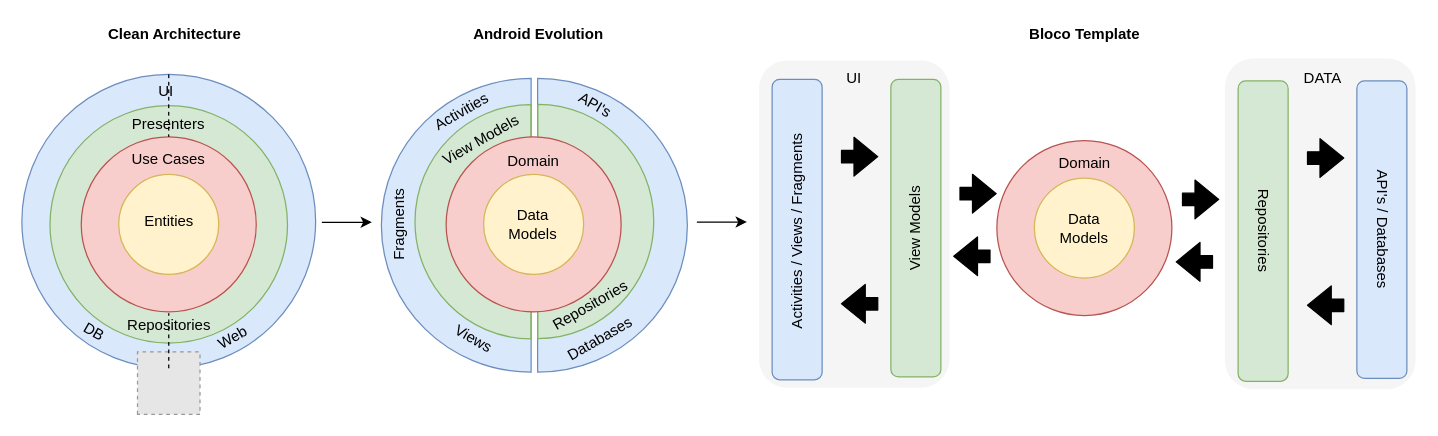
Above: images/AndroidTemplate-CleanArchitecture.drawio in blocoio/android-template (draw.io), before the change. Source tidied: cells renumbered, new cells numbered last; positions are measured from the earlier drawing's top-left corner, leaving out a move shared by most shapes. Both pictures are drawn from the tidied source at 125%, with x=0, y=0 at pixel (21, 21). Pictures stored in the file or linked from it are replaced by grey dashed boxes.
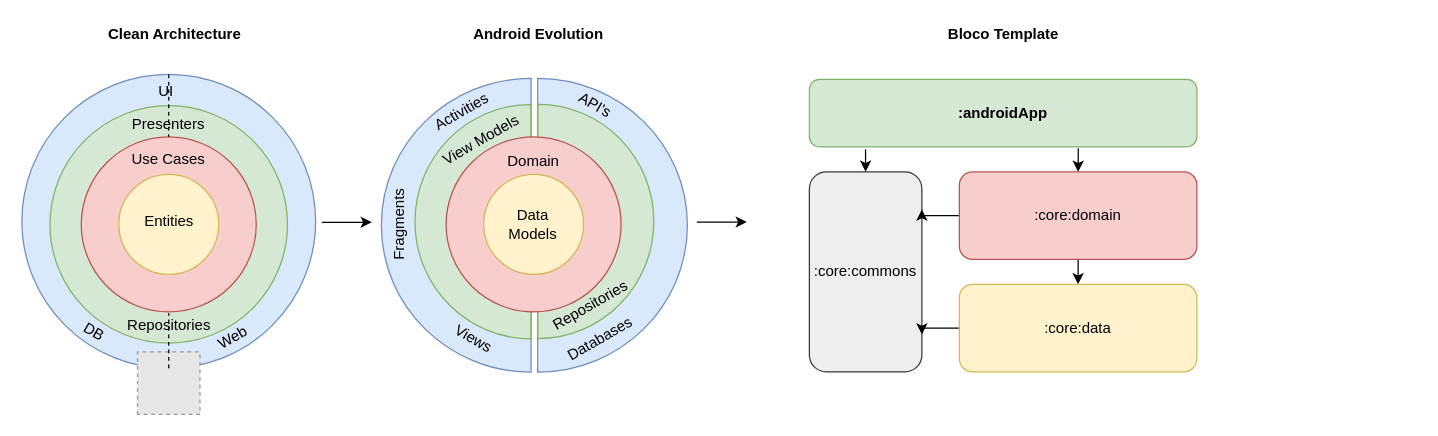
The same diagram, later.

What changed in the source:
```diff
@@
     <mxCell id="26" value="Bloco Template" style="text;html=1;strokeColor=none;fillColor=none;align=center;verticalAlign=middle;whiteSpace=wrap;rounded=0;fontStyle=1;" parent="1" vertex="1">
-      <mxGeometry x="783.8" width="132.5" height="20" as="geometry" />
+      <mxGeometry x="718.8" width="132.5" height="20" as="geometry" />
     </mxCell>
-    <mxCell id="27" style="shape=flexArrow;endArrow=classic;html=1;fillColor=#000000;" parent="1" edge="1">
-      <mxGeometry relative="1" as="geometry">
-        <mxPoint x="750" y="137.4" as="sourcePoint" />
-        <mxPoint x="780" y="137.4" as="targetPoint" />
-      </mxGeometry>
-    </mxCell>
-    <mxCell id="28" style="shape=flexArrow;endArrow=classic;html=1;fillColor=#000000;" parent="1" edge="1">
-      <mxGeometry relative="1" as="geometry">
-        <mxPoint x="775" y="187.5" as="sourcePoint" />
-        <mxPoint x="745" y="187.5" as="targetPoint" />
-      </mxGeometry>
-    </mxCell>
-    <mxCell id="29" style="ellipse;whiteSpace=wrap;html=1;strokeColor=#b85450;fillColor=#f8cecc;" parent="1" vertex="1">
-      <mxGeometry x="780" y="94.9" width="140" height="140" as="geometry" />
-    </mxCell>
-    <mxCell id="30" style="ellipse;whiteSpace=wrap;html=1;strokeColor=#d6b656;fillColor=#fff2cc;" parent="1" vertex="1">
-      <mxGeometry x="810" y="124.9" width="80" height="80" as="geometry" />
-    </mxCell>
-    <mxCell id="31" value="Data Models" style="text;html=1;strokeColor=none;fillColor=none;align=center;verticalAlign=middle;whiteSpace=wrap;rounded=0;" parent="1" vertex="1">
-      <mxGeometry x="830" y="154.9" width="40" height="20" as="geometry" />
-    </mxCell>
-    <mxCell id="32" value="Domain" style="text;html=1;strokeColor=none;fillColor=none;align=center;verticalAlign=middle;whiteSpace=wrap;rounded=0;rotation=0;" parent="1" vertex="1">
-      <mxGeometry x="818.8" y="102.8" width="62.5" height="20" as="geometry" />
-    </mxCell>
@@
-    <mxCell id="35" style="rounded=1;whiteSpace=wrap;html=1;rotation=90;fillColor=#f5f5f5;fontColor=#333333;strokeColor=none;" parent="1" vertex="1">
-      <mxGeometry x="906.4" y="85.3" width="264.6" height="152.5" as="geometry" />
-    </mxCell>
-    <mxCell id="36" style="rounded=1;whiteSpace=wrap;html=1;strokeColor=#6c8ebf;fillColor=#dae8fc;" parent="1" vertex="1">
-      <mxGeometry x="1068" y="47.2" width="40" height="238" as="geometry" />
-    </mxCell>
-    <mxCell id="37" style="rounded=1;whiteSpace=wrap;html=1;strokeColor=#82b366;fillColor=#d5e8d4;" parent="1" vertex="1">
-      <mxGeometry x="973" y="47.2" width="40" height="240.3" as="geometry" />
-    </mxCell>
-    <mxCell id="38" value="&lt;div&gt;API's / Databases&lt;/div&gt;" style="text;html=1;strokeColor=none;fillColor=none;align=center;verticalAlign=middle;whiteSpace=wrap;rounded=0;rotation=90;" parent="1" vertex="1">
-      <mxGeometry x="1033" y="156.2" width="110" height="20" as="geometry" />
-    </mxCell>
-    <mxCell id="39" style="shape=flexArrow;endArrow=classic;html=1;fillColor=#000000;" parent="1" edge="1">
-      <mxGeometry relative="1" as="geometry">
-        <mxPoint x="1028" y="108.9" as="sourcePoint" />
-        <mxPoint x="1058" y="108.9" as="targetPoint" />
-      </mxGeometry>
-    </mxCell>
-    <mxCell id="40" style="shape=flexArrow;endArrow=classic;html=1;fillColor=#000000;" parent="1" edge="1">
-      <mxGeometry relative="1" as="geometry">
-        <mxPoint x="1058" y="226.7" as="sourcePoint" />
-        <mxPoint x="1028" y="226.7" as="targetPoint" />
-      </mxGeometry>
-    </mxCell>
-    <mxCell id="41" value="&lt;div&gt;Repositories&lt;/div&gt;" style="text;html=1;strokeColor=none;fillColor=none;align=center;verticalAlign=middle;whiteSpace=wrap;rounded=0;rotation=90;" parent="1" vertex="1">
-      <mxGeometry x="938" y="157.3" width="110" height="20" as="geometry" />
-    </mxCell>
-    <mxCell id="42" style="shape=flexArrow;endArrow=classic;html=1;fillColor=#000000;" parent="1" edge="1">
-      <mxGeometry relative="1" as="geometry">
-        <mxPoint x="928" y="142" as="sourcePoint" />
-        <mxPoint x="958" y="142" as="targetPoint" />
-      </mxGeometry>
-    </mxCell>
-    <mxCell id="43" style="shape=flexArrow;endArrow=classic;html=1;fillColor=#000000;" parent="1" edge="1">
-      <mxGeometry relative="1" as="geometry">
-        <mxPoint x="953" y="192" as="sourcePoint" />
-        <mxPoint x="923" y="192" as="targetPoint" />
-      </mxGeometry>
-    </mxCell>
@@
-    <mxCell id="51" style="rounded=1;whiteSpace=wrap;html=1;rotation=90;fillColor=#f5f5f5;fontColor=#333333;strokeColor=none;" parent="1" vertex="1">
-      <mxGeometry x="535" y="85.5" width="261.8" height="152.5" as="geometry" />
-    </mxCell>
-    <mxCell id="52" style="rounded=1;whiteSpace=wrap;html=1;strokeColor=#82b366;fillColor=#d5e8d4;" parent="1" vertex="1">
-      <mxGeometry x="695.2" y="46" width="40" height="238" as="geometry" />
-    </mxCell>
-    <mxCell id="53" style="rounded=1;whiteSpace=wrap;html=1;strokeColor=#6c8ebf;fillColor=#dae8fc;" parent="1" vertex="1">
-      <mxGeometry x="600.2" y="46" width="40" height="240.3" as="geometry" />
-    </mxCell>
-    <mxCell id="54" value="View Models" style="text;html=1;strokeColor=none;fillColor=none;align=center;verticalAlign=middle;whiteSpace=wrap;rounded=0;rotation=-90;flipH=1;flipV=1;" parent="1" vertex="1">
-      <mxGeometry x="660.2" y="155" width="110" height="20" as="geometry" />
-    </mxCell>
-    <mxCell id="55" style="shape=flexArrow;endArrow=classic;html=1;fillColor=#000000;" parent="1" edge="1">
-      <mxGeometry relative="1" as="geometry">
-        <mxPoint x="655.2" y="107.8" as="sourcePoint" />
-        <mxPoint x="685.2" y="107.8" as="targetPoint" />
-      </mxGeometry>
-    </mxCell>
-    <mxCell id="56" style="shape=flexArrow;endArrow=classic;html=1;fillColor=#000000;" parent="1" edge="1">
-      <mxGeometry relative="1" as="geometry">
-        <mxPoint x="685.2" y="225.5" as="sourcePoint" />
-        <mxPoint x="655.2" y="225.5" as="targetPoint" />
-      </mxGeometry>
-    </mxCell>
-    <mxCell id="57" value="&lt;div&gt;Activities / Views / Fragments&lt;/div&gt;&lt;div&gt;&lt;br&gt;&lt;/div&gt;" style="text;html=1;strokeColor=none;fillColor=none;align=center;verticalAlign=middle;whiteSpace=wrap;rounded=0;rotation=-90;" parent="1" vertex="1">
-      <mxGeometry x="530" y="157.3" width="194.9" height="20.8" as="geometry" />
-    </mxCell>
-    <mxCell id="58" value="UI" style="text;html=1;strokeColor=none;fillColor=none;align=center;verticalAlign=middle;whiteSpace=wrap;rounded=0;" parent="1" vertex="1">
-      <mxGeometry x="645.9" y="35" width="40" height="20" as="geometry" />
-    </mxCell>
-    <mxCell id="59" value="DATA" style="text;html=1;strokeColor=none;fillColor=none;align=center;verticalAlign=middle;whiteSpace=wrap;rounded=0;" parent="1" vertex="1">
-      <mxGeometry x="1020.7" y="35" width="40" height="20" as="geometry" />
-    </mxCell>
+    <mxCell id="60" value="&lt;b&gt;:androidApp&lt;/b&gt;" style="rounded=1;whiteSpace=wrap;html=1;fillColor=#d5e8d4;strokeColor=#82b366;" parent="1" vertex="1">
+      <mxGeometry x="630" y="46" width="310" height="54" as="geometry" />
+    </mxCell>
+    <mxCell id="61" style="edgeStyle=orthogonalEdgeStyle;rounded=0;jettySize=auto;html=1;exitX=0.145;exitY=1.037;exitDx=0;exitDy=0;entryX=0.5;entryY=0;entryDx=0;entryDy=0;fontFamily=Helvetica;fontSize=12;fontColor=default;exitPerimeter=0;" parent="1" edge="1" source="60" target="62">
+      <mxGeometry relative="1" as="geometry" />
+    </mxCell>
+    <mxCell id="62" value=":core:commons" style="rounded=1;whiteSpace=wrap;html=1;fillColor=#eeeeee;strokeColor=#36393d;" parent="1" vertex="1">
+      <mxGeometry x="630" y="120" width="90" height="160" as="geometry" />
+    </mxCell>
+    <mxCell id="63" style="edgeStyle=orthogonalEdgeStyle;rounded=0;jettySize=auto;html=1;exitX=0.5;exitY=1;exitDx=0;exitDy=0;entryX=0.5;entryY=0;entryDx=0;entryDy=0;fontFamily=Helvetica;fontSize=12;fontColor=default;" parent="1" edge="1" source="66" target="68">
+      <mxGeometry relative="1" as="geometry" />
+    </mxCell>
+    <mxCell id="64" style="edgeStyle=orthogonalEdgeStyle;rounded=0;jettySize=auto;html=1;exitX=0;exitY=0.5;exitDx=0;exitDy=0;entryX=1;entryY=0.188;entryDx=0;entryDy=0;entryPerimeter=0;fontFamily=Helvetica;fontSize=12;fontColor=default;" parent="1" edge="1" source="66" target="62">
+      <mxGeometry relative="1" as="geometry" />
+    </mxCell>
+    <mxCell id="65" style="edgeStyle=orthogonalEdgeStyle;rounded=0;jettySize=auto;html=1;exitX=0.694;exitY=1.019;exitDx=0;exitDy=0;entryX=0.5;entryY=0;entryDx=0;entryDy=0;fontFamily=Helvetica;fontSize=12;fontColor=default;exitPerimeter=0;" parent="1" edge="1" source="60" target="66">
+      <mxGeometry relative="1" as="geometry" />
+    </mxCell>
+    <mxCell id="66" value=":core:domain" style="rounded=1;whiteSpace=wrap;html=1;fillColor=#f8cecc;strokeColor=#b85450;" parent="1" vertex="1">
+      <mxGeometry x="750" y="120" width="190" height="70" as="geometry" />
+    </mxCell>
+    <mxCell id="67" style="edgeStyle=orthogonalEdgeStyle;rounded=0;jettySize=auto;html=1;exitX=0;exitY=0.5;exitDx=0;exitDy=0;entryX=1;entryY=0.813;entryDx=0;entryDy=0;entryPerimeter=0;fontFamily=Helvetica;fontSize=12;fontColor=default;" parent="1" edge="1" source="68" target="62">
+      <mxGeometry relative="1" as="geometry" />
+    </mxCell>
+    <mxCell id="68" value=":core:data" style="rounded=1;whiteSpace=wrap;html=1;fillColor=#fff2cc;strokeColor=#d6b656;" parent="1" vertex="1">
+      <mxGeometry x="750" y="210" width="190" height="70" as="geometry" />
+    </mxCell>
```
